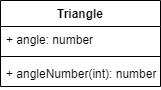
The draw.io diagram Assignment3/Designs/cd.png in KaitlynIp64/ICS4U-Unit2-Kaitlyn-Ip, before a commit. Source tidied: cells renumbered, new cells last; positions are measured from the earlier drawing's top-left corner, leaving out a move shared by most shapes.
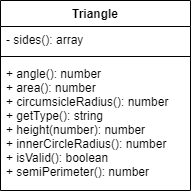
After the change.

Diff of the diagram source:
```diff
@@ -3,16 +3,16 @@
     <mxCell id="0" />
     <mxCell id="1" parent="0" />
     <mxCell id="2" value="Triangle" style="swimlane;fontStyle=1;align=center;verticalAlign=top;horizontal=1;startSize=26;" parent="1" vertex="1">
-      <mxGeometry width="160" height="86" as="geometry" />
+      <mxGeometry width="190" height="190" as="geometry" />
     </mxCell>
-    <mxCell id="3" value="+ angle: number" style="text;strokeColor=none;fillColor=none;align=left;verticalAlign=top;spacingLeft=4;spacingRight=4;overflow=hidden;" parent="2" vertex="1">
-      <mxGeometry y="26" width="160" height="26" as="geometry" />
+    <mxCell id="3" value="- sides(): array" style="text;strokeColor=none;fillColor=none;align=left;verticalAlign=top;spacingLeft=4;spacingRight=4;overflow=hidden;" parent="2" vertex="1">
+      <mxGeometry y="26" width="190" height="26" as="geometry" />
     </mxCell>
     <mxCell id="4" style="line;strokeWidth=1;fillColor=none;align=left;verticalAlign=middle;spacingTop=-1;spacingLeft=3;spacingRight=3;labelPosition=right;strokeColor=inherit;" parent="2" vertex="1">
-      <mxGeometry y="52" width="160" height="8" as="geometry" />
+      <mxGeometry y="52" width="190" height="8" as="geometry" />
     </mxCell>
-    <mxCell id="5" value="+ angleNumber(int): number" style="text;strokeColor=none;fillColor=none;align=left;verticalAlign=top;spacingLeft=4;spacingRight=4;overflow=hidden;" parent="2" vertex="1">
-      <mxGeometry y="60" width="160" height="26" as="geometry" />
+    <mxCell id="5" value="+ angle(): number&#10;+ area(): number&#10;+ circumsicleRadius(): number&#10;+ getType(): string&#10;+ height(number): number&#10;+ innerCircleRadius(): number&#10;+ isValid(): boolean&#10;+ semiPerimeter(): number" style="text;strokeColor=none;fillColor=none;align=left;verticalAlign=top;spacingLeft=4;spacingRight=4;overflow=hidden;" parent="2" vertex="1">
+      <mxGeometry y="60" width="190" height="130" as="geometry" />
     </mxCell>
   </root>
 </mxGraphModel>
```
